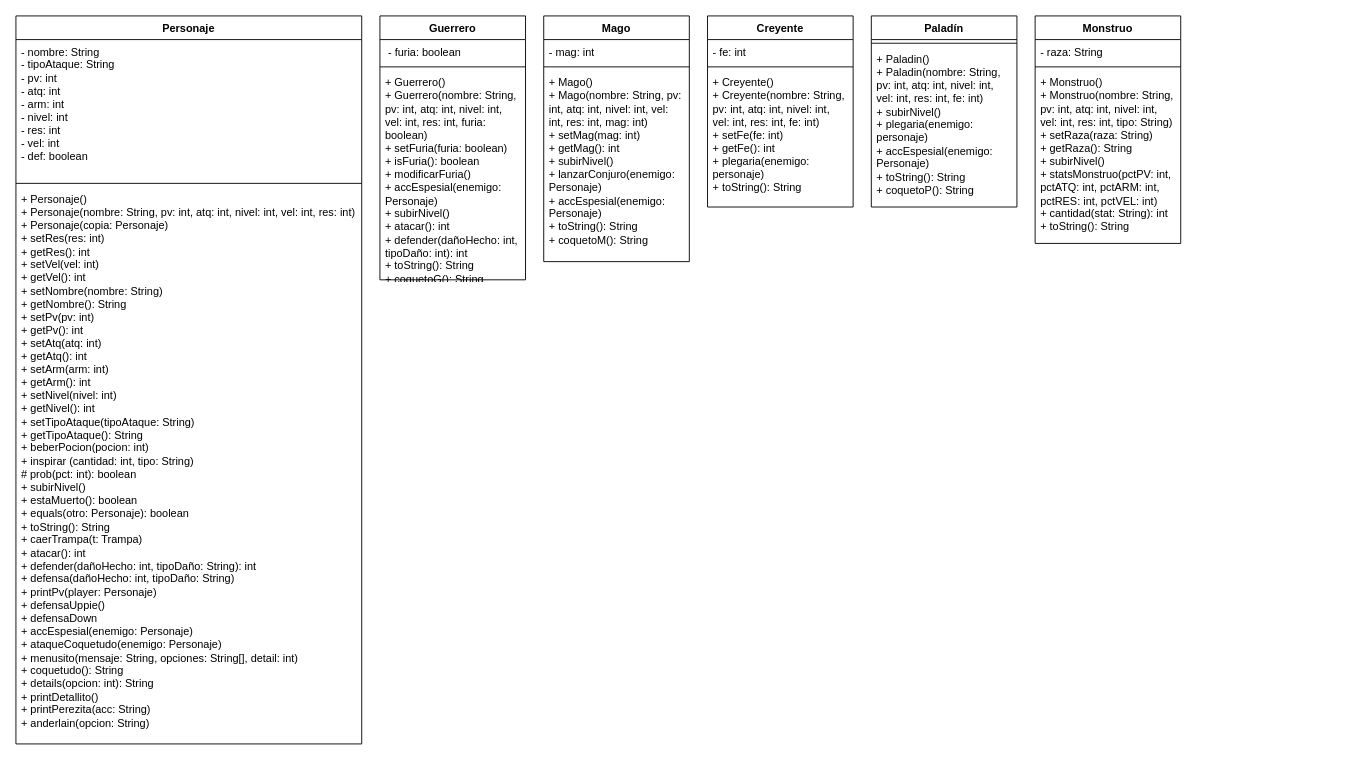
akiipv/Practica_Entornos keeps this draw.io diagram as PracticaT5_EDS.drawio. Above is the earlier version. Source tidied: cells renumbered, new cells numbered last; positions are measured from the earlier drawing's top-left corner, leaving out a move shared by most shapes. Both pictures are drawn from the tidied source at 91%, with x=0, y=0 at pixel (15, 15).
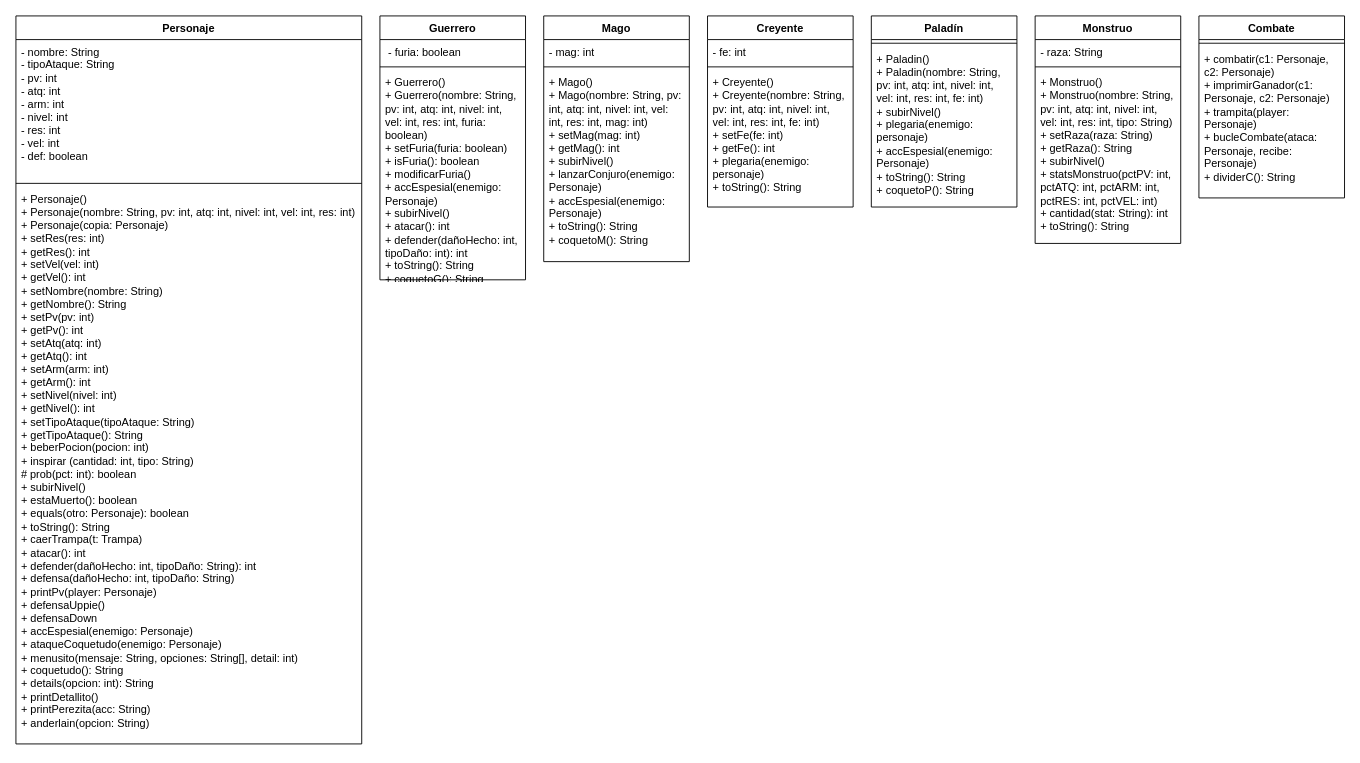
The same diagram, later.

Commit message:
Ejersisio 1 terminao

What changed in the source:
```diff
@@
+    <mxCell id="25" value="Combate" style="swimlane;fontStyle=1;align=center;verticalAlign=top;horizontal=1;startSize=26;whiteSpace=wrap;html=1;" parent="1" vertex="1">
+      <mxGeometry x="1300" width="160" height="200" as="geometry" />
+    </mxCell>
+    <mxCell id="26" style="line;strokeWidth=1;fillColor=none;align=left;verticalAlign=middle;spacingTop=-1;spacingLeft=3;spacingRight=3;labelPosition=right;strokeColor=inherit;" parent="25" vertex="1">
+      <mxGeometry y="26" width="160" height="8" as="geometry" />
+    </mxCell>
+    <mxCell id="27" value="&lt;div&gt;+ combatir(c1: Personaje, c2: Personaje)&lt;/div&gt;&lt;div&gt;+ imprimirGanador(c1: Personaje, c2: Personaje)&lt;/div&gt;&lt;div&gt;+ trampita(player: Personaje)&lt;/div&gt;&lt;div&gt;+ bucleCombate(ataca: Personaje, recibe: Personaje)&lt;/div&gt;&lt;div&gt;+ dividerC(): String&lt;/div&gt;" style="text;strokeColor=none;fillColor=none;align=left;verticalAlign=top;spacingLeft=4;spacingRight=4;overflow=hidden;whiteSpace=wrap;html=1;" parent="25" vertex="1">
+      <mxGeometry y="34" width="160" height="166" as="geometry" />
+    </mxCell>
```
